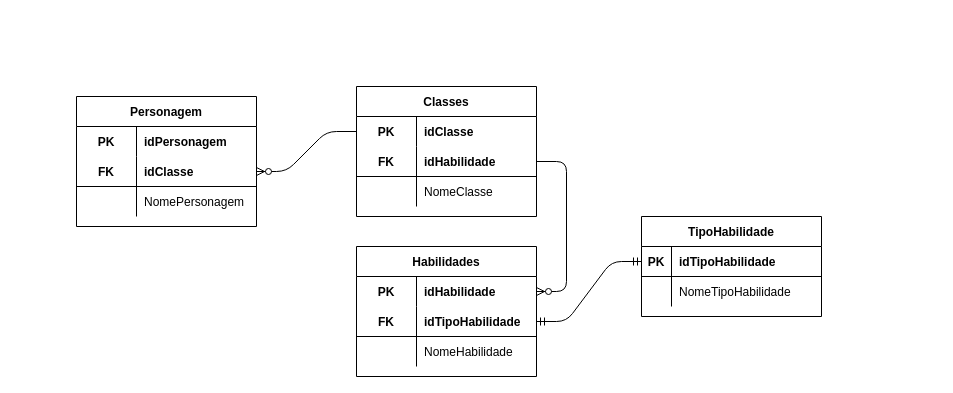
This is page "Logico" (2 of 2) of HROADS/MER/merHROADS.drawio from Mateusrodrigues75/senai2s_sprint1_bd, a draw.io file, before an edit. Source tidied: cells renumbered, new cells numbered last; positions are measured from the earlier drawing's top-left corner, leaving out a move shared by most shapes. Both pictures are drawn from the tidied source at 100%, with x=0, y=0 at pixel (76, 86).
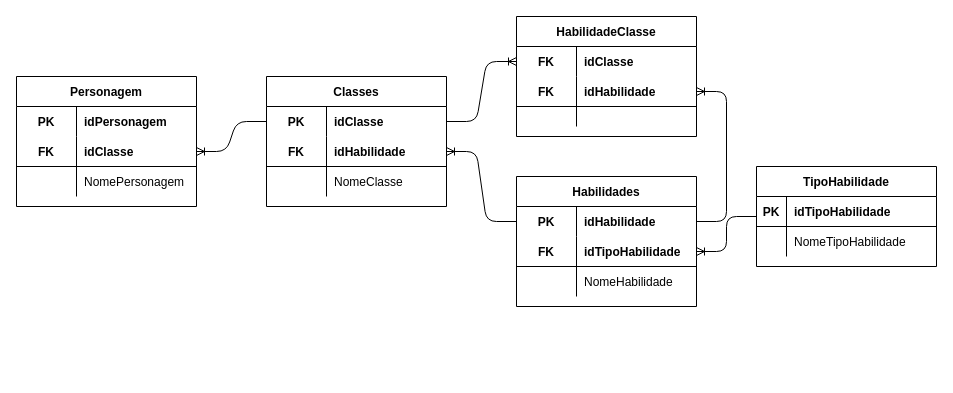
Above is the later version.

Unchanged cells that the change refers to:
```xml
<mxCell id="4" style="shape=partialRectangle;fillColor=none;top=0;left=0;bottom=0;right=0;points=[[0,0.5],[1,0.5]];portConstraint=eastwest;" parent="3" vertex="1">
  <mxGeometry y="30" width="180" height="30" as="geometry" />
</mxCell>
<mxCell id="7" style="shape=partialRectangle;fillColor=none;top=0;left=0;bottom=1;right=0;points=[[0,0.5],[1,0.5]];portConstraint=eastwest;" parent="3" vertex="1">
  <mxGeometry y="60" width="180" height="30" as="geometry" />
</mxCell>
<mxCell id="14" style="shape=partialRectangle;fillColor=none;top=0;left=0;bottom=0;right=0;points=[[0,0.5],[1,0.5]];portConstraint=eastwest;" parent="13" vertex="1">
  <mxGeometry y="30" width="180" height="30" as="geometry" />
</mxCell>
<mxCell id="17" style="shape=partialRectangle;fillColor=none;top=0;left=0;bottom=1;right=0;points=[[0,0.5],[1,0.5]];portConstraint=eastwest;" parent="13" vertex="1">
  <mxGeometry y="60" width="180" height="30" as="geometry" />
</mxCell>
<mxCell id="27" style="shape=partialRectangle;fillColor=none;top=0;left=0;bottom=1;right=0;points=[[0,0.5],[1,0.5]];portConstraint=eastwest;" parent="23" vertex="1">
  <mxGeometry y="60" width="180" height="30" as="geometry" />
</mxCell>
<mxCell id="35" style="shape=partialRectangle;fillColor=none;top=0;left=0;bottom=1;right=0;points=[[0,0.5],[1,0.5]];portConstraint=eastwest;" parent="34" vertex="1">
  <mxGeometry y="30" width="180" height="30" as="geometry" />
</mxCell>
```

What changed in the source:
```diff
@@
-    <mxCell id="2" style="edgeStyle=entityRelationEdgeStyle;fontSize=12;html=1;endArrow=ERzeroToMany;endFill=1;exitX=0;exitY=0.5;exitDx=0;exitDy=0;entryX=1;entryY=0.5;entryDx=0;entryDy=0;" parent="1" edge="1" source="4" target="27">
-      <mxGeometry relative="1" as="geometry" />
-    </mxCell>
     <mxCell id="3" value="Classes" style="shape=table;startSize=30;childLayout=tableLayout;rowLines=0;fontStyle=1;align=center;" parent="1" vertex="1">
-      <mxGeometry x="280" width="180" height="130" as="geometry" />
+      <mxGeometry x="190" y="-10" width="180" height="130" as="geometry" />
     </mxCell>
@@
     <mxCell id="13" value="Habilidades" style="shape=table;startSize=30;childLayout=tableLayout;rowLines=0;fontStyle=1;align=center;" parent="1" vertex="1">
-      <mxGeometry x="280" y="160" width="180" height="130" as="geometry" />
+      <mxGeometry x="440" y="90" width="180" height="130" as="geometry" />
     </mxCell>
@@
     <mxCell id="23" value="Personagem" style="shape=table;startSize=30;childLayout=tableLayout;rowLines=0;fontStyle=1;align=center;" parent="1" vertex="1">
-      <mxGeometry y="10" width="180" height="130" as="geometry" />
+      <mxGeometry x="-60" y="-10" width="180" height="130" as="geometry" />
     </mxCell>
@@
-    <mxCell id="33" style="edgeStyle=entityRelationEdgeStyle;fontSize=12;html=1;endArrow=ERzeroToMany;endFill=1;exitX=1;exitY=0.5;exitDx=0;exitDy=0;entryX=1;entryY=0.5;entryDx=0;entryDy=0;" parent="1" edge="1" source="7" target="14">
-      <mxGeometry relative="1" as="geometry" />
-    </mxCell>
     <mxCell id="34" value="TipoHabilidade" style="shape=table;startSize=30;childLayout=tableLayout;rowLines=0;fontStyle=1;align=center;" parent="1" vertex="1">
-      <mxGeometry x="565" y="130" width="180" height="100" as="geometry" />
+      <mxGeometry x="680" y="80" width="180" height="100" as="geometry" />
     </mxCell>
@@
-    <mxCell id="41" style="edgeStyle=entityRelationEdgeStyle;fontSize=12;html=1;endArrow=ERmandOne;startArrow=ERmandOne;entryX=0;entryY=0.5;entryDx=0;entryDy=0;exitX=1;exitY=0.5;exitDx=0;exitDy=0;" parent="1" edge="1" source="17" target="35">
-      <mxGeometry relative="1" as="geometry" />
-    </mxCell>
+    <mxCell id="2" style="edgeStyle=entityRelationEdgeStyle;fontSize=12;html=1;endArrow=ERoneToMany;entryX=1;entryY=0.5;entryDx=0;entryDy=0;exitX=0;exitY=0.5;exitDx=0;exitDy=0;" parent="1" edge="1" source="4" target="27">
+      <mxGeometry relative="1" as="geometry" />
+    </mxCell>
+    <mxCell id="42" style="edgeStyle=entityRelationEdgeStyle;fontSize=12;html=1;endArrow=ERoneToMany;exitX=0;exitY=0.5;exitDx=0;exitDy=0;entryX=1;entryY=0.5;entryDx=0;entryDy=0;" parent="1" edge="1" source="34" target="17">
+      <mxGeometry relative="1" as="geometry" />
+    </mxCell>
+    <mxCell id="43" value="HabilidadeClasse" style="shape=table;startSize=30;childLayout=tableLayout;rowLines=0;fontStyle=1;align=center;" parent="1" vertex="1">
+      <mxGeometry x="440" y="-70" width="180" height="120" as="geometry" />
+    </mxCell>
+    <mxCell id="44" style="shape=partialRectangle;fillColor=none;top=0;left=0;bottom=0;right=0;points=[[0,0.5],[1,0.5]];portConstraint=eastwest;" parent="43" vertex="1">
+      <mxGeometry y="30" width="180" height="30" as="geometry" />
+    </mxCell>
+    <mxCell id="45" value="FK" style="shape=partialRectangle;fillColor=none;top=0;left=0;bottom=0;right=0;fontStyle=1;overflow=hidden;" parent="44" vertex="1">
+      <mxGeometry width="60" height="30" as="geometry" />
+    </mxCell>
+    <mxCell id="46" value="idClasse" style="shape=partialRectangle;fillColor=none;top=0;left=0;bottom=0;right=0;align=left;spacingLeft=6;fontStyle=1;overflow=hidden;" parent="44" vertex="1">
+      <mxGeometry x="60" width="120" height="30" as="geometry" />
+    </mxCell>
+    <mxCell id="47" style="shape=partialRectangle;fillColor=none;top=0;left=0;bottom=1;right=0;points=[[0,0.5],[1,0.5]];portConstraint=eastwest;" parent="43" vertex="1">
+      <mxGeometry y="60" width="180" height="30" as="geometry" />
+    </mxCell>
+    <mxCell id="48" value="FK" style="shape=partialRectangle;fillColor=none;top=0;left=0;bottom=0;right=0;fontStyle=1;overflow=hidden;" parent="47" vertex="1">
+      <mxGeometry width="60" height="30" as="geometry" />
+    </mxCell>
+    <mxCell id="49" value="idHabilidade" style="shape=partialRectangle;fillColor=none;top=0;left=0;bottom=0;right=0;align=left;spacingLeft=6;fontStyle=1;overflow=hidden;" parent="47" vertex="1">
+      <mxGeometry x="60" width="120" height="30" as="geometry" />
+    </mxCell>
+    <mxCell id="50" style="shape=partialRectangle;fillColor=none;top=0;left=0;bottom=0;right=0;" parent="43" vertex="1">
+      <mxGeometry y="90" width="180" height="20" as="geometry" />
+    </mxCell>
+    <mxCell id="51" style="shape=partialRectangle;fillColor=none;top=0;left=0;bottom=0;right=0;overflow=hidden;" parent="50" vertex="1">
+      <mxGeometry width="60" height="20" as="geometry" />
+    </mxCell>
+    <mxCell id="52" style="shape=partialRectangle;fillColor=none;top=0;left=0;bottom=0;right=0;align=left;spacingLeft=6;overflow=hidden;" parent="50" vertex="1">
+      <mxGeometry x="60" width="120" height="20" as="geometry" />
+    </mxCell>
+    <mxCell id="53" style="edgeStyle=entityRelationEdgeStyle;fontSize=12;html=1;endArrow=ERoneToMany;exitX=1;exitY=0.5;exitDx=0;exitDy=0;entryX=0;entryY=0.5;entryDx=0;entryDy=0;" parent="1" edge="1" source="4" target="44">
+      <mxGeometry relative="1" as="geometry" />
+    </mxCell>
+    <mxCell id="54" style="edgeStyle=entityRelationEdgeStyle;fontSize=12;html=1;endArrow=ERoneToMany;exitX=1;exitY=0.5;exitDx=0;exitDy=0;entryX=1;entryY=0.5;entryDx=0;entryDy=0;" parent="1" edge="1" source="14" target="47">
+      <mxGeometry relative="1" as="geometry" />
+    </mxCell>
+    <mxCell id="55" style="edgeStyle=entityRelationEdgeStyle;fontSize=12;html=1;endArrow=ERoneToMany;exitX=0;exitY=0.5;exitDx=0;exitDy=0;entryX=1;entryY=0.5;entryDx=0;entryDy=0;" parent="1" edge="1" source="14" target="7">
+      <mxGeometry relative="1" as="geometry" />
+    </mxCell>
```
